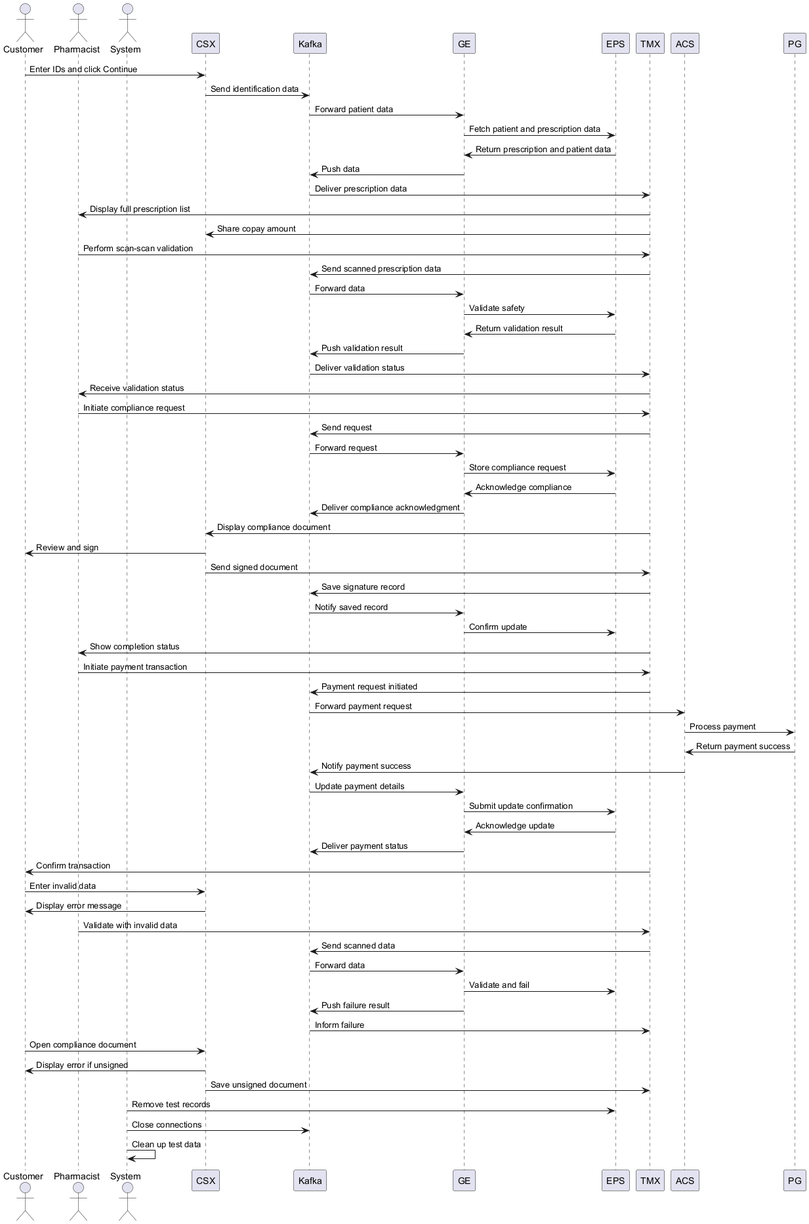
aniket-017/PlantUml keeps this PlantUML diagram as plantuml2/static/e2e_test_diagram.png. Above is the earlier version.
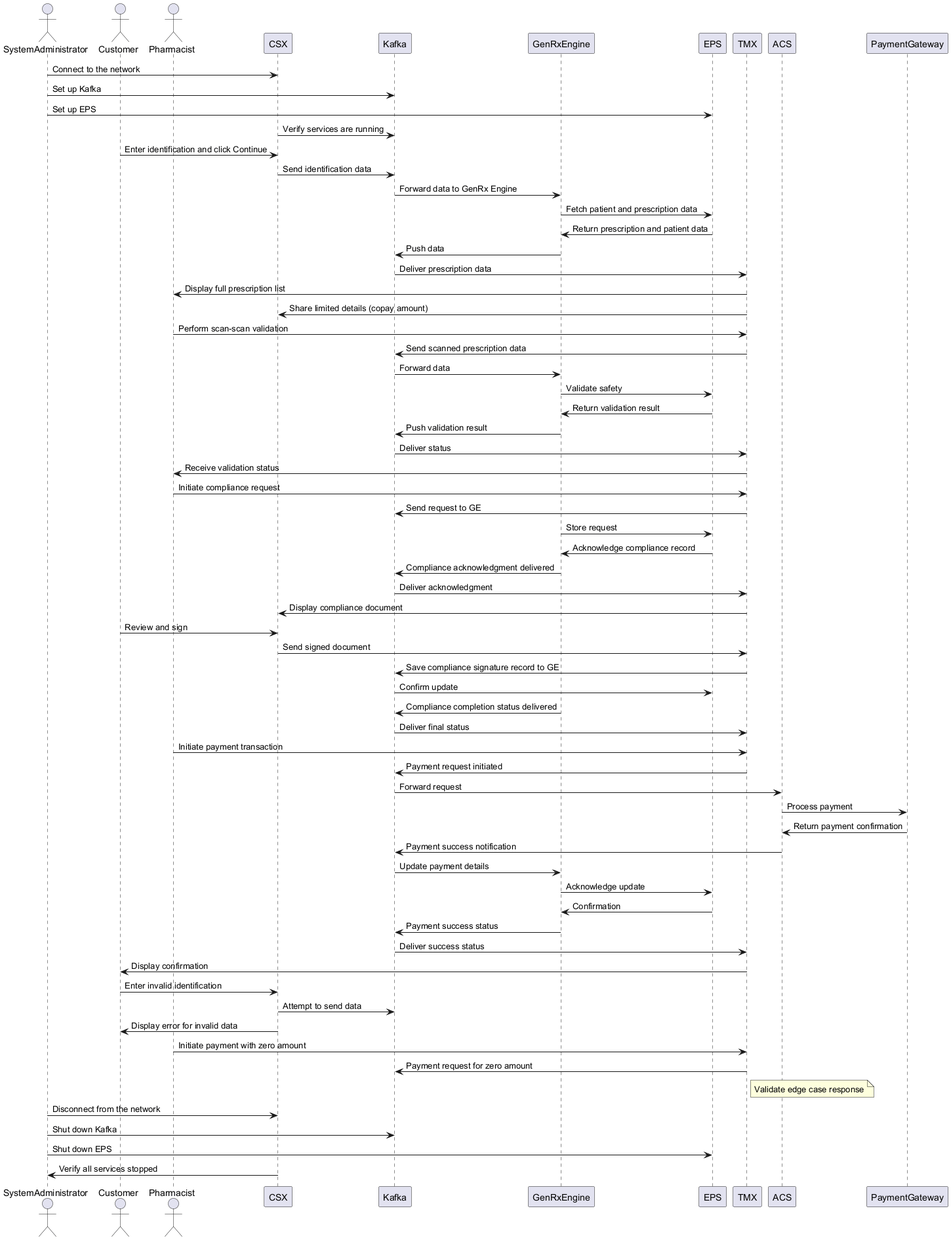
Above is the later version.

Commit message:
removed the java error

Diff of the diagram source:
```diff
@@ -1,68 +1,77 @@
 @startuml
+actor SystemAdministrator
 actor Customer
 actor Pharmacist
-actor System
+participant CSX
+participant Kafka
+participant GenRxEngine as GE
+participant EPS
+participant TMX
+participant ACS
+participant PaymentGateway as PG
 
-Customer -> CSX: Enter IDs and click Continue
-CSX -> Kafka: Send identification data
-Kafka -> GE: Forward patient data
-GE -> EPS: Fetch patient and prescription data
-EPS -> GE: Return prescription and patient data
-GE -> Kafka: Push data
-Kafka -> TMX: Deliver prescription data
-TMX -> Pharmacist: Display full prescription list
-TMX -> CSX: Share copay amount
+SystemAdministrator -> CSX : Connect to the network
+SystemAdministrator -> Kafka : Set up Kafka
+SystemAdministrator -> EPS : Set up EPS
+CSX -> Kafka : Verify services are running
 
-Pharmacist -> TMX: Perform scan-scan validation
-TMX -> Kafka: Send scanned prescription data
-Kafka -> GE: Forward data
-GE -> EPS: Validate safety
-EPS -> GE: Return validation result
-GE -> Kafka: Push validation result
-Kafka -> TMX: Deliver validation status
-TMX -> Pharmacist: Receive validation status
+Customer -> CSX : Enter identification and click Continue
+CSX -> Kafka : Send identification data
+Kafka -> GE : Forward data to GenRx Engine
+GE -> EPS : Fetch patient and prescription data
+EPS -> GE : Return prescription and patient data
+GE -> Kafka : Push data
+Kafka -> TMX : Deliver prescription data
+TMX -> Pharmacist : Display full prescription list
+TMX -> CSX : Share limited details (copay amount)
 
-Pharmacist -> TMX: Initiate compliance request
-TMX -> Kafka: Send request
-Kafka -> GE: Forward request
-GE -> EPS: Store compliance request
-EPS -> GE: Acknowledge compliance
-GE -> Kafka: Deliver compliance acknowledgment
-TMX -> CSX: Display compliance document
-CSX -> Customer: Review and sign
-CSX -> TMX: Send signed document
-TMX -> Kafka: Save signature record
-Kafka -> GE: Notify saved record
-GE -> EPS: Confirm update
-TMX -> Pharmacist: Show completion status
+Pharmacist -> TMX : Perform scan-scan validation
+TMX -> Kafka : Send scanned prescription data
+Kafka -> GE : Forward data
+GE -> EPS : Validate safety
+EPS -> GE : Return validation result
+GE -> Kafka : Push validation result
+Kafka -> TMX : Deliver status
+TMX -> Pharmacist : Receive validation status
 
-Pharmacist -> TMX: Initiate payment transaction
-TMX -> Kafka: Payment request initiated
-Kafka -> ACS: Forward payment request
-ACS -> PG: Process payment
-PG -> ACS: Return payment success
-ACS -> Kafka: Notify payment success
-Kafka -> GE: Update payment details
-GE -> EPS: Submit update confirmation
-EPS -> GE: Acknowledge update
-GE -> Kafka: Deliver payment status
-TMX -> Customer: Confirm transaction
+Pharmacist -> TMX : Initiate compliance request
+TMX -> Kafka : Send request to GE
+GE -> EPS : Store request
+EPS -> GE : Acknowledge compliance record
+GE -> Kafka : Compliance acknowledgment delivered
+Kafka -> TMX : Deliver acknowledgment
+TMX -> CSX : Display compliance document
+Customer -> CSX : Review and sign
+CSX -> TMX : Send signed document
+TMX -> Kafka : Save compliance signature record to GE
+Kafka -> EPS : Confirm update
+GE -> Kafka : Compliance completion status delivered
+Kafka -> TMX : Deliver final status
 
-Customer -> CSX: Enter invalid data
-CSX -> Customer: Display error message
+Pharmacist -> TMX : Initiate payment transaction
+TMX -> Kafka : Payment request initiated
+Kafka -> ACS : Forward request
+ACS -> PG : Process payment
+PG -> ACS : Return payment confirmation
+ACS -> Kafka : Payment success notification
+Kafka -> GE : Update payment details
+GE -> EPS : Acknowledge update
+EPS -> GE : Confirmation
+GE -> Kafka : Payment success status
+Kafka -> TMX : Deliver success status
+TMX -> Customer : Display confirmation
 
-Pharmacist -> TMX: Validate with invalid data
-TMX -> Kafka: Send scanned data
-Kafka -> GE: Forward data
-GE -> EPS: Validate and fail
-GE -> Kafka: Push failure result
-Kafka -> TMX: Inform failure
+Customer -> CSX : Enter invalid identification
+CSX -> Kafka : Attempt to send data
+CSX -> Customer : Display error for invalid data
 
-Customer -> CSX: Open compliance document
-CSX -> Customer: Display error if unsigned
-CSX -> TMX: Save unsigned document
+Pharmacist -> TMX : Initiate payment with zero amount
+TMX -> Kafka : Payment request for zero amount
+note right of TMX: Validate edge case response
 
-System -> EPS: Remove test records
-System -> Kafka: Close connections
-System -> System: Clean up test data
+SystemAdministrator -> CSX : Disconnect from the network
+SystemAdministrator -> Kafka : Shut down Kafka
+SystemAdministrator -> EPS : Shut down EPS
+CSX -> SystemAdministrator : Verify all services stopped
+
 @enduml
```
